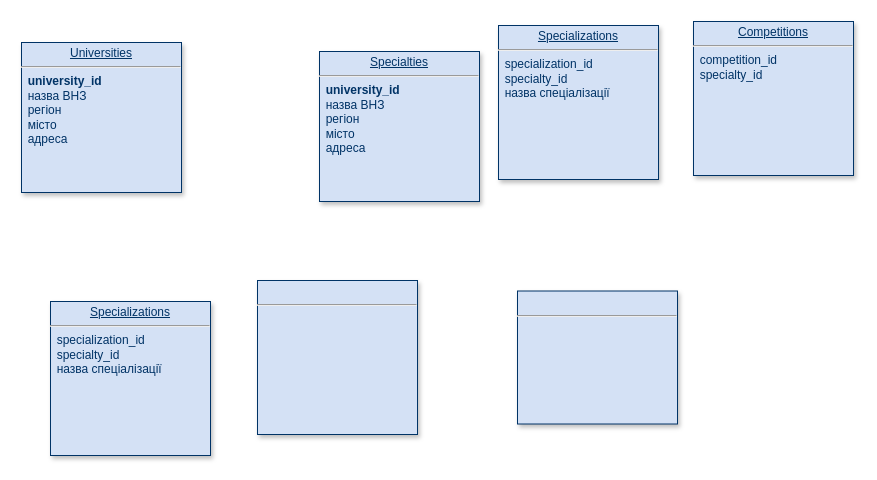
Above: Диаграмма без названия.drawio in VadimKeranov/drawio (draw.io), before the change. Source tidied: cells renumbered, new cells numbered last; positions are measured from the earlier drawing's top-left corner, leaving out a move shared by most shapes. Both pictures are drawn from the tidied source at 100%, with x=0, y=0 at pixel (21, 21).
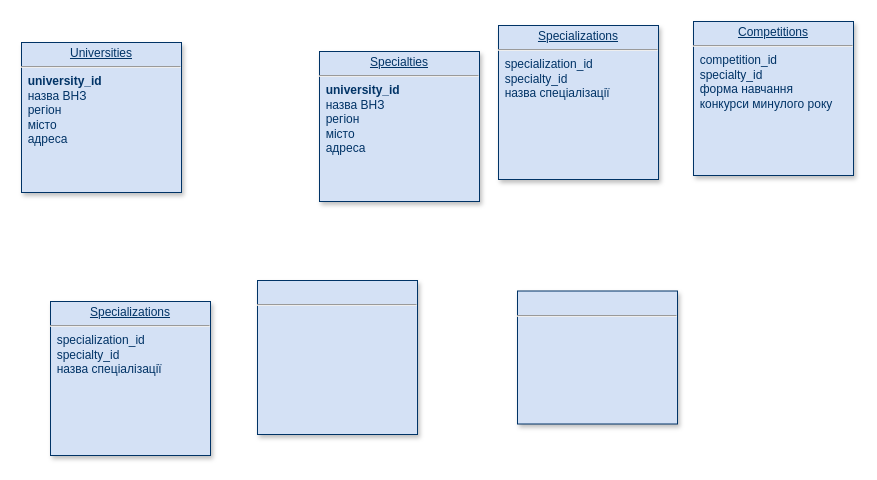
Above is the later version.

The edit, as a diff of the source:
```diff
@@
 <mxGraphModel>
   <root>
     <mxCell id="0" />
     <mxCell id="1" parent="0" />
     <mxCell id="2" value="&lt;p style=&quot;margin: 0px; margin-top: 4px; text-align: center; text-decoration: underline;&quot;&gt;&lt;br&gt;&lt;/p&gt;&lt;hr&gt;" style="verticalAlign=top;align=left;overflow=fill;fontSize=12;fontFamily=Helvetica;html=1;strokeColor=#003366;shadow=1;fillColor=#D4E1F5;fontColor=#003366;" parent="1" vertex="1">
       <mxGeometry x="496" y="269.5" width="160" height="133" as="geometry" />
     </mxCell>
     <mxCell id="3" value="&lt;p style=&quot;margin: 0px; margin-top: 4px; text-align: center; text-decoration: underline;&quot;&gt;Universities&lt;/p&gt;&lt;hr&gt;&lt;span style=&quot;background-color: initial;&quot;&gt;&amp;nbsp; &lt;b&gt;university_id&lt;/b&gt;&lt;/span&gt;&lt;b&gt;&lt;br&gt;&lt;/b&gt;&lt;span style=&quot;background-color: initial;&quot;&gt;&amp;nbsp; назва ВНЗ&lt;/span&gt;&lt;br&gt;&lt;span style=&quot;background-color: initial;&quot;&gt;&amp;nbsp; регіон&lt;/span&gt;&lt;br&gt;&lt;span style=&quot;background-color: initial;&quot;&gt;&amp;nbsp; місто&lt;/span&gt;&lt;br&gt;&lt;div style=&quot;&quot;&gt;&lt;span style=&quot;background-color: initial;&quot;&gt;&amp;nbsp; адреса&lt;br&gt;&lt;/span&gt;&lt;/div&gt;" style="verticalAlign=top;align=left;overflow=fill;fontSize=12;fontFamily=Helvetica;html=1;strokeColor=#003366;shadow=1;fillColor=#D4E1F5;fontColor=#003366;" parent="1" vertex="1">
       <mxGeometry y="21" width="160" height="150" as="geometry" />
     </mxCell>
     <mxCell id="4" value="&lt;p style=&quot;margin: 0px; margin-top: 4px; text-align: center; text-decoration: underline;&quot;&gt;&lt;br&gt;&lt;/p&gt;&lt;hr&gt;" style="verticalAlign=top;align=left;overflow=fill;fontSize=12;fontFamily=Helvetica;html=1;strokeColor=#003366;shadow=1;fillColor=#D4E1F5;fontColor=#003366;" parent="1" vertex="1">
       <mxGeometry x="236" y="259" width="160" height="154" as="geometry" />
     </mxCell>
-    <mxCell id="5" value="&lt;p style=&quot;margin: 0px; margin-top: 4px; text-align: center; text-decoration: underline;&quot;&gt;Competitions&lt;/p&gt;&lt;hr&gt;&amp;nbsp; competition_id&lt;br&gt;&amp;nbsp;&amp;nbsp;specialty_id&amp;nbsp;&amp;nbsp;&lt;br&gt;&amp;nbsp;&amp;nbsp;" style="verticalAlign=top;align=left;overflow=fill;fontSize=12;fontFamily=Helvetica;html=1;strokeColor=#003366;shadow=1;fillColor=#D4E1F5;fontColor=#003366;" parent="1" vertex="1">
+    <mxCell id="5" value="&lt;p style=&quot;margin: 0px; margin-top: 4px; text-align: center; text-decoration: underline;&quot;&gt;Competitions&lt;/p&gt;&lt;hr&gt;&amp;nbsp; competition_id&lt;br&gt;&amp;nbsp;&amp;nbsp;specialty_id&amp;nbsp;&amp;nbsp;&lt;br&gt;&amp;nbsp;&amp;nbsp;форма навчання&lt;br&gt;&amp;nbsp;&amp;nbsp;конкурси минулого року" style="verticalAlign=top;align=left;overflow=fill;fontSize=12;fontFamily=Helvetica;html=1;strokeColor=#003366;shadow=1;fillColor=#D4E1F5;fontColor=#003366;" parent="1" vertex="1">
       <mxGeometry x="672" width="160" height="154" as="geometry" />
     </mxCell>
     <mxCell id="6" value="&lt;p style=&quot;margin: 0px; margin-top: 4px; text-align: center; text-decoration: underline;&quot;&gt;Specializations&lt;br&gt;&lt;/p&gt;&lt;hr&gt;&amp;nbsp;&amp;nbsp;specialization_id&lt;br&gt;&amp;nbsp; specialty_id&lt;br&gt;&amp;nbsp;&amp;nbsp;назва спеціалізації&lt;br&gt;" style="verticalAlign=top;align=left;overflow=fill;fontSize=12;fontFamily=Helvetica;html=1;strokeColor=#003366;shadow=1;fillColor=#D4E1F5;fontColor=#003366;" parent="1" vertex="1">
       <mxGeometry x="477" y="4" width="160" height="154" as="geometry" />
     </mxCell>
     <mxCell id="7" value="&lt;p style=&quot;margin: 0px; margin-top: 4px; text-align: center; text-decoration: underline;&quot;&gt;&lt;/p&gt;&lt;div style=&quot;text-align: center;&quot;&gt;&lt;span style=&quot;background-color: initial;&quot;&gt;&lt;u style=&quot;&quot;&gt;Specialties&lt;/u&gt;&lt;/span&gt;&lt;/div&gt;&lt;hr&gt;&lt;span style=&quot;background-color: initial;&quot;&gt;&amp;nbsp;&amp;nbsp;&lt;b&gt;university_id&lt;/b&gt;&lt;/span&gt;&lt;b&gt;&lt;br&gt;&lt;/b&gt;&lt;span style=&quot;background-color: initial;&quot;&gt;&amp;nbsp; назва ВНЗ&lt;/span&gt;&lt;br&gt;&lt;span style=&quot;background-color: initial;&quot;&gt;&amp;nbsp; регіон&lt;/span&gt;&lt;br&gt;&lt;span style=&quot;background-color: initial;&quot;&gt;&amp;nbsp; місто&lt;/span&gt;&lt;br&gt;&lt;div style=&quot;&quot;&gt;&lt;span style=&quot;background-color: initial;&quot;&gt;&amp;nbsp; адреса&lt;br&gt;&lt;/span&gt;&lt;/div&gt;" style="verticalAlign=top;align=left;overflow=fill;fontSize=12;fontFamily=Helvetica;html=1;strokeColor=#003366;shadow=1;fillColor=#D4E1F5;fontColor=#003366;" parent="1" vertex="1">
       <mxGeometry x="298" y="30" width="160" height="150" as="geometry" />
     </mxCell>
     <mxCell id="8" value="&lt;p style=&quot;margin: 0px; margin-top: 4px; text-align: center; text-decoration: underline;&quot;&gt;Specializations&lt;br&gt;&lt;/p&gt;&lt;hr&gt;&amp;nbsp;&amp;nbsp;specialization_id&lt;br&gt;&amp;nbsp; specialty_id&lt;br&gt;&amp;nbsp;&amp;nbsp;назва спеціалізації&lt;br&gt;" style="verticalAlign=top;align=left;overflow=fill;fontSize=12;fontFamily=Helvetica;html=1;strokeColor=#003366;shadow=1;fillColor=#D4E1F5;fontColor=#003366;" parent="1" vertex="1">
       <mxGeometry x="29" y="280" width="160" height="154" as="geometry" />
     </mxCell>
   </root>
 </mxGraphModel>
```
